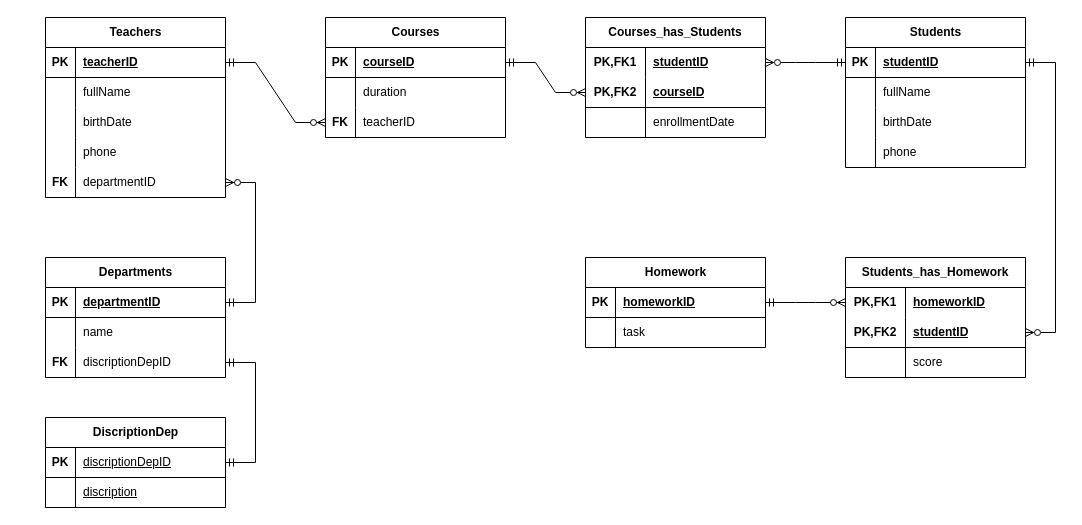
Above: page "Задание 2" (2 of 3) of Диаграмма без названия.drawio in Pong2605/14-homework (draw.io), before the change. Source tidied: cells renumbered, new cells numbered last; positions are measured from the earlier drawing's top-left corner, leaving out a move shared by most shapes. Both pictures are drawn from the tidied source at 100%, with x=0, y=0 at pixel (45, 17).
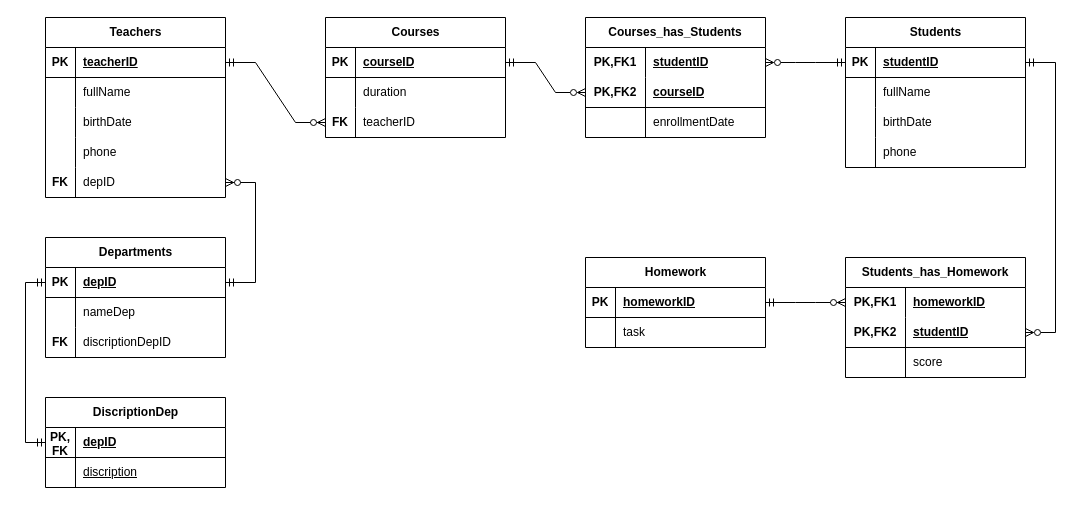
Above is the later version.

Unchanged cells that the change refers to:
```xml
<mxCell id="28" style="shape=tableRow;horizontal=0;startSize=0;swimlaneHead=0;swimlaneBody=0;fillColor=none;points=[[0,0.5],[1,0.5]];portConstraint=eastwest;top=0;left=0;right=0;bottom=0;" parent="15" vertex="1">
  <mxGeometry y="150" width="180" height="30" as="geometry" />
</mxCell>
<mxCell id="42" style="shape=tableRow;horizontal=0;startSize=0;swimlaneHead=0;swimlaneBody=0;fillColor=none;points=[[0,0.5],[1,0.5]];portConstraint=eastwest;top=0;left=0;right=0;bottom=1;" parent="41" vertex="1">
  <mxGeometry y="30" width="180" height="30" as="geometry" />
</mxCell>
<mxCell id="45" style="shape=tableRow;horizontal=0;startSize=0;swimlaneHead=0;swimlaneBody=0;fillColor=none;top=0;left=0;right=0;bottom=0;" parent="41" vertex="1">
  <mxGeometry y="60" width="180" height="30" as="geometry" />
</mxCell>
<mxCell id="48" style="shape=tableRow;horizontal=0;startSize=0;swimlaneHead=0;swimlaneBody=0;fillColor=none;points=[[0,0.5],[1,0.5]];portConstraint=eastwest;top=0;left=0;right=0;bottom=0;" parent="41" vertex="1">
  <mxGeometry y="90" width="180" height="30" as="geometry" />
</mxCell>
<mxCell id="85" style="shape=tableRow;horizontal=0;startSize=0;swimlaneHead=0;swimlaneBody=0;fillColor=none;points=[[0,0.5],[1,0.5]];portConstraint=eastwest;top=0;left=0;right=0;bottom=1;" parent="84" vertex="1">
  <mxGeometry y="30" width="180" height="30" as="geometry" />
</mxCell>
```

Change to the diagram source:
```diff
@@
-    <mxCell id="30" value="departmentID" style="shape=partialRectangle;fillColor=none;top=0;left=0;bottom=0;right=0;align=left;spacingLeft=6;overflow=hidden;whiteSpace=wrap;html=1;" parent="28" vertex="1">
+    <mxCell id="30" value="depID" style="shape=partialRectangle;fillColor=none;top=0;left=0;bottom=0;right=0;align=left;spacingLeft=6;overflow=hidden;whiteSpace=wrap;html=1;" parent="28" vertex="1">
       <mxGeometry x="30" width="150" height="30" as="geometry" />
     </mxCell>
@@
     <mxCell id="41" value="Departments" style="shape=table;startSize=30;childLayout=tableLayout;rowLines=0;fontStyle=1;align=center;html=1;" parent="1" vertex="1">
-      <mxGeometry y="240" width="180" height="120" as="geometry" />
+      <mxGeometry y="220" width="180" height="120" as="geometry" />
     </mxCell>
@@
-    <mxCell id="44" value="departmentID" style="shape=partialRectangle;fillColor=none;top=0;left=0;bottom=0;right=0;align=left;spacingLeft=6;fontStyle=5;overflow=hidden;whiteSpace=wrap;html=1;" parent="42" vertex="1">
+    <mxCell id="44" value="depID" style="shape=partialRectangle;fillColor=none;top=0;left=0;bottom=0;right=0;align=left;spacingLeft=6;fontStyle=5;overflow=hidden;whiteSpace=wrap;html=1;" parent="42" vertex="1">
       <mxGeometry x="30" width="150" height="30" as="geometry" />
     </mxCell>
@@
-    <mxCell id="47" value="name" style="shape=partialRectangle;fillColor=none;top=0;left=0;bottom=0;right=0;align=left;spacingLeft=6;overflow=hidden;whiteSpace=wrap;html=1;" parent="45" vertex="1">
+    <mxCell id="47" value="nameDep" style="shape=partialRectangle;fillColor=none;top=0;left=0;bottom=0;right=0;align=left;spacingLeft=6;overflow=hidden;whiteSpace=wrap;html=1;" parent="45" vertex="1">
       <mxGeometry x="30" width="150" height="30" as="geometry" />
     </mxCell>
@@
     <mxCell id="84" value="DiscriptionDep" style="shape=table;startSize=30;childLayout=tableLayout;rowLines=0;fontStyle=1;align=center;html=1;" parent="1" vertex="1">
-      <mxGeometry y="400" width="180" height="90" as="geometry" />
+      <mxGeometry y="380" width="180" height="90" as="geometry" />
     </mxCell>
@@
-    <mxCell id="86" value="PK" style="shape=partialRectangle;fillColor=none;top=0;left=0;bottom=0;right=0;fontStyle=1;overflow=hidden;whiteSpace=wrap;html=1;" parent="85" vertex="1">
+    <mxCell id="86" value="PK, FK" style="shape=partialRectangle;fillColor=none;top=0;left=0;bottom=0;right=0;fontStyle=1;overflow=hidden;whiteSpace=wrap;html=1;" parent="85" vertex="1">
       <mxGeometry width="30" height="30" as="geometry" />
     </mxCell>
-    <mxCell id="87" value="&lt;span style=&quot;font-weight: 400;&quot;&gt;discriptionDepID&lt;/span&gt;" style="shape=partialRectangle;fillColor=none;top=0;left=0;bottom=0;right=0;align=left;spacingLeft=6;fontStyle=5;overflow=hidden;whiteSpace=wrap;html=1;" parent="85" vertex="1">
+    <mxCell id="87" value="depID" style="shape=partialRectangle;fillColor=none;top=0;left=0;bottom=0;right=0;align=left;spacingLeft=6;fontStyle=5;overflow=hidden;whiteSpace=wrap;html=1;" parent="85" vertex="1">
       <mxGeometry x="30" width="150" height="30" as="geometry" />
     </mxCell>
@@
-    <mxCell id="91" style="edgeStyle=entityRelationEdgeStyle;fontSize=12;html=1;endArrow=ERmandOne;startArrow=ERmandOne;rounded=0;entryX=1;entryY=0.5;entryDx=0;entryDy=0;exitX=1;exitY=0.5;exitDx=0;exitDy=0;" parent="1" edge="1" source="48" target="85">
-      <mxGeometry relative="1" as="geometry" />
+    <mxCell id="91" style="edgeStyle=orthogonalEdgeStyle;fontSize=12;html=1;endArrow=ERmandOne;startArrow=ERmandOne;rounded=0;entryX=0;entryY=0.5;entryDx=0;entryDy=0;exitX=0;exitY=0.5;exitDx=0;exitDy=0;" parent="1" edge="1" source="42" target="85">
+      <mxGeometry relative="1" as="geometry">
+        <Array as="points">
+          <mxPoint x="-20" y="265" />
+          <mxPoint x="-20" y="425" />
+        </Array>
+      </mxGeometry>
     </mxCell>
```
